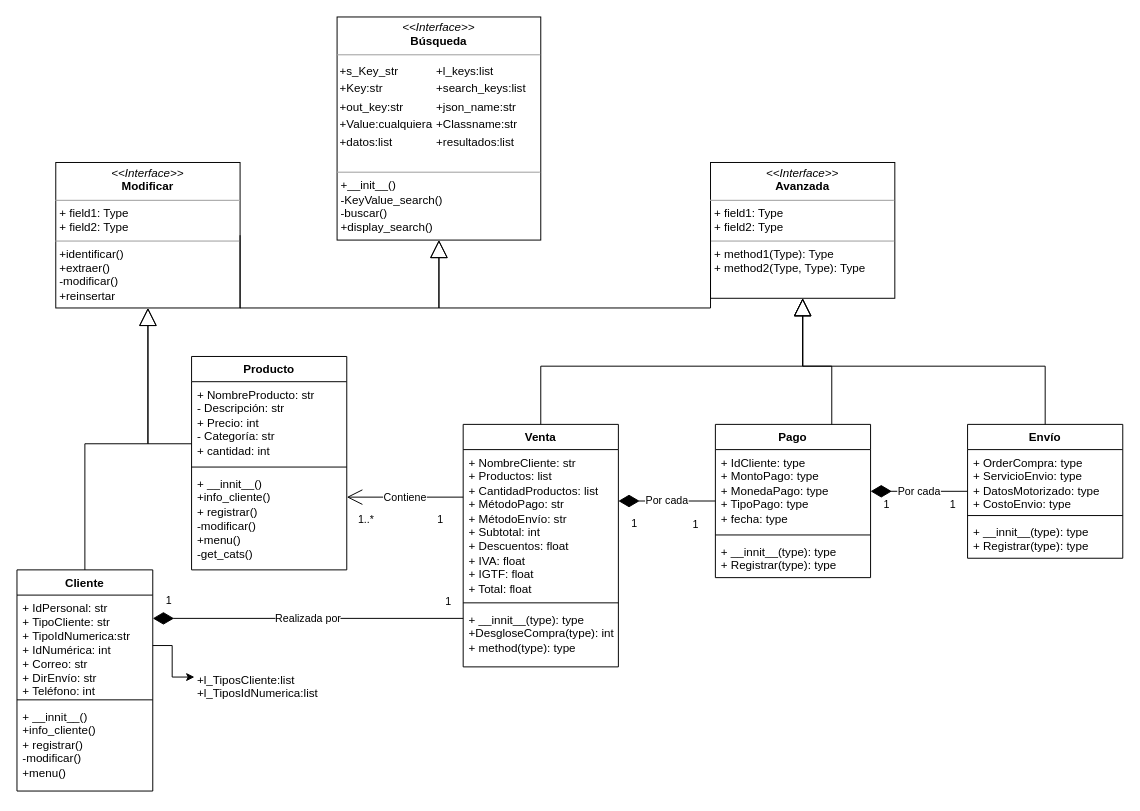
Earlier version of the draw.io diagram Proyecto/ProyectoAyP.drawio (Miguiiii/Clases-AyP). Source tidied: cells renumbered, new cells numbered last; positions are measured from the earlier drawing's top-left corner, leaving out a move shared by most shapes. Both pictures are drawn from the tidied source at 97%, with x=0, y=0 at pixel (16, 16).
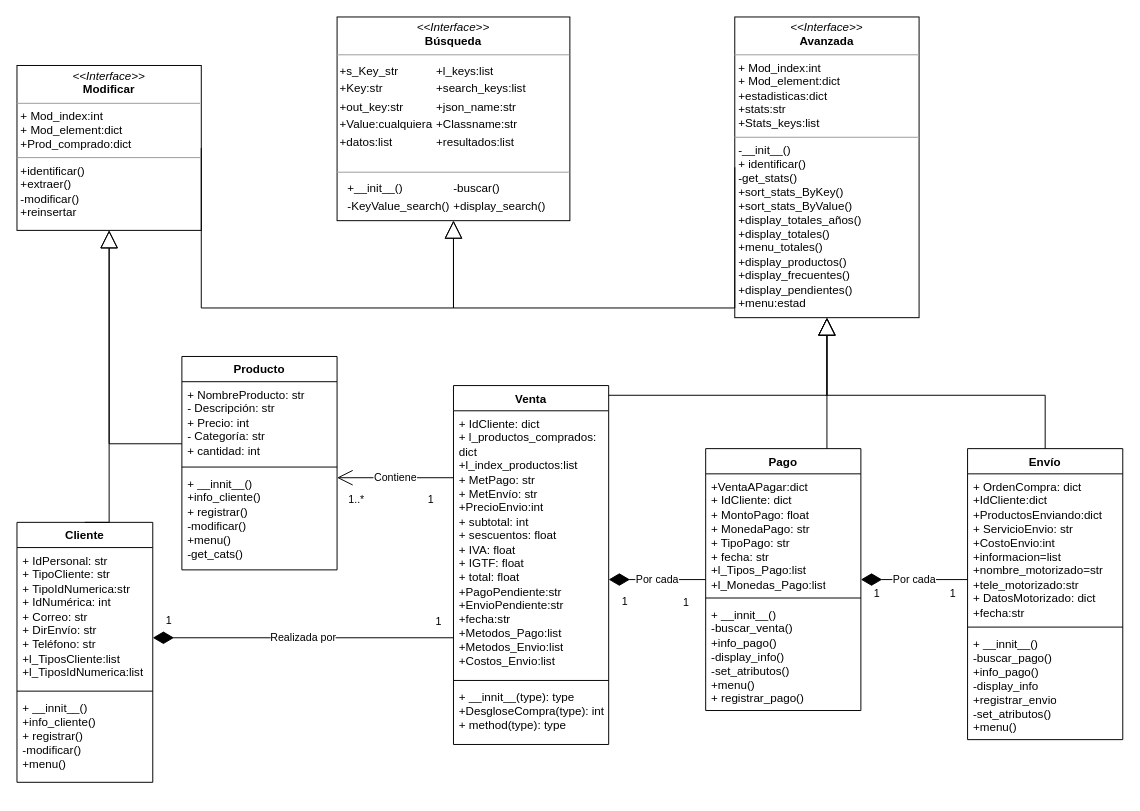
Above is the later version.

What changed in the source:
```diff
@@
     <mxCell id="2" value="Producto" style="swimlane;fontStyle=1;align=center;verticalAlign=top;horizontal=1;startSize=26;whiteSpace=wrap;html=1;rounded=0;" parent="1" vertex="1">
-      <mxGeometry x="180" y="350" width="160" height="220" as="geometry" />
+      <mxGeometry x="170" y="350" width="160" height="220" as="geometry" />
     </mxCell>
@@
     <mxCell id="6" value="Cliente" style="swimlane;fontStyle=1;align=center;verticalAlign=top;horizontal=1;startSize=26;whiteSpace=wrap;html=1;rounded=0;" parent="1" vertex="1">
-      <mxGeometry y="570" width="140" height="228" as="geometry" />
+      <mxGeometry y="521" width="140" height="268" as="geometry" />
     </mxCell>
-    <mxCell id="7" value="+ IdPersonal: str&lt;br&gt;+ TipoCliente: str&lt;br&gt;+ TipoIdNumerica:str&lt;br&gt;+ IdNumérica: int&lt;br&gt;+ Correo: str&lt;br&gt;+ DirEnvío: str&lt;br&gt;+ Teléfono: int" style="text;strokeColor=none;fillColor=none;align=left;verticalAlign=top;spacingLeft=4;spacingRight=4;overflow=hidden;points=[[0,0.5],[1,0.5]];portConstraint=eastwest;whiteSpace=wrap;html=1;rounded=0;" parent="6" vertex="1">
-      <mxGeometry y="26" width="140" height="104" as="geometry" />
+    <mxCell id="7" value="+ IdPersonal: str&lt;br&gt;+ TipoCliente: str&lt;br&gt;+ TipoIdNumerica:str&lt;br&gt;+ IdNumérica: int&lt;br&gt;+ Correo: str&lt;br&gt;+ DirEnvío: str&lt;br&gt;+ Teléfono: str&lt;br&gt;+l_TiposCliente:list&lt;br style=&quot;border-color: var(--border-color);&quot;&gt;+l_TiposIdNumerica:list" style="text;strokeColor=none;fillColor=none;align=left;verticalAlign=top;spacingLeft=4;spacingRight=4;overflow=hidden;points=[[0,0.5],[1,0.5]];portConstraint=eastwest;whiteSpace=wrap;html=1;rounded=0;" parent="6" vertex="1">
+      <mxGeometry y="26" width="140" height="144" as="geometry" />
     </mxCell>
     <mxCell id="8" style="line;strokeWidth=1;fillColor=none;align=left;verticalAlign=middle;spacingTop=-1;spacingLeft=3;spacingRight=3;labelPosition=right;strokeColor=inherit;rounded=0;" parent="6" vertex="1">
-      <mxGeometry y="130" width="140" height="8" as="geometry" />
+      <mxGeometry y="170" width="140" height="8" as="geometry" />
     </mxCell>
     <mxCell id="9" value="+ __innit__()&lt;br&gt;+info_cliente()&lt;br style=&quot;border-color: var(--border-color);&quot;&gt;+ registrar()&lt;br&gt;-modificar()&lt;br&gt;+menu()" style="text;strokeColor=none;fillColor=none;align=left;verticalAlign=top;spacingLeft=4;spacingRight=4;overflow=hidden;whiteSpace=wrap;html=1;rounded=0;" parent="6" vertex="1">
-      <mxGeometry y="138" width="140" height="90" as="geometry" />
+      <mxGeometry y="178" width="140" height="90" as="geometry" />
     </mxCell>
     <mxCell id="10" value="Venta" style="swimlane;fontStyle=1;align=center;verticalAlign=top;horizontal=1;startSize=26;whiteSpace=wrap;html=1;rounded=0;" parent="1" vertex="1">
-      <mxGeometry x="460" y="420" width="160" height="250" as="geometry" />
+      <mxGeometry x="450" y="380" width="160" height="370" as="geometry" />
     </mxCell>
-    <mxCell id="11" value="+ NombreCliente: str&lt;br&gt;+ Productos: list&lt;br&gt;+ CantidadProductos: list&lt;br&gt;+ MétodoPago: str&lt;br&gt;+ MétodoEnvío: str&lt;br&gt;+ Subtotal: int&lt;br&gt;+ Descuentos: float&lt;br&gt;+ IVA: float&lt;br&gt;+ IGTF: float&lt;br&gt;+ Total: float" style="text;strokeColor=none;fillColor=none;align=left;verticalAlign=top;spacingLeft=4;spacingRight=4;overflow=hidden;whiteSpace=wrap;html=1;rounded=0;" parent="10" vertex="1">
-      <mxGeometry y="26" width="160" height="154" as="geometry" />
+    <mxCell id="11" value="+ IdCliente: dict&lt;br&gt;+ l_productos_comprados: dict&lt;br&gt;+l_index_productos:list&lt;br&gt;+ MetPago: str&lt;br&gt;+ MetEnvío: str&lt;br&gt;+PrecioEnvio:int&lt;br&gt;+ subtotal: int&lt;br&gt;+ sescuentos: float&lt;br&gt;+ IVA: float&lt;br&gt;+ IGTF: float&lt;br&gt;+ total: float&lt;br&gt;+PagoPendiente:str&lt;br&gt;+EnvioPendiente:str&lt;br&gt;+fecha:str&lt;br&gt;+Metodos_Pago:list&lt;br&gt;+Metodos_Envio:list&lt;br&gt;+Costos_Envio:list&lt;br&gt;" style="text;strokeColor=none;fillColor=none;align=left;verticalAlign=top;spacingLeft=4;spacingRight=4;overflow=hidden;whiteSpace=wrap;html=1;rounded=0;" parent="10" vertex="1">
+      <mxGeometry y="26" width="160" height="274" as="geometry" />
     </mxCell>
     <mxCell id="12" style="line;strokeWidth=1;fillColor=none;align=left;verticalAlign=middle;spacingTop=-1;spacingLeft=3;spacingRight=3;labelPosition=right;strokeColor=inherit;rounded=0;" parent="10" vertex="1">
-      <mxGeometry y="180" width="160" height="8" as="geometry" />
+      <mxGeometry y="300" width="160" height="8" as="geometry" />
     </mxCell>
     <mxCell id="13" value="+ __innit__(type): type&lt;br style=&quot;border-color: var(--border-color);&quot;&gt;+DesgloseCompra(type): int&lt;br&gt;+ method(type): type" style="text;strokeColor=none;fillColor=none;align=left;verticalAlign=top;spacingLeft=4;spacingRight=4;overflow=hidden;whiteSpace=wrap;html=1;rounded=0;" parent="10" vertex="1">
-      <mxGeometry y="188" width="160" height="62" as="geometry" />
+      <mxGeometry y="308" width="160" height="62" as="geometry" />
     </mxCell>
     <mxCell id="14" value="Pago" style="swimlane;fontStyle=1;align=center;verticalAlign=top;horizontal=1;startSize=26;whiteSpace=wrap;html=1;rounded=0;" parent="1" vertex="1">
-      <mxGeometry x="720" y="420" width="160" height="158" as="geometry" />
+      <mxGeometry x="710" y="445" width="160" height="270" as="geometry" />
     </mxCell>
-    <mxCell id="15" value="+ IdCliente: type&lt;br&gt;+ MontoPago: type&lt;br&gt;+ MonedaPago: type&lt;br&gt;+ TipoPago: type&lt;br&gt;+ fecha: type" style="text;strokeColor=none;fillColor=none;align=left;verticalAlign=top;spacingLeft=4;spacingRight=4;overflow=hidden;whiteSpace=wrap;html=1;rounded=0;" parent="14" vertex="1">
-      <mxGeometry y="26" width="160" height="84" as="geometry" />
+    <mxCell id="15" value="+VentaAPagar:dict&lt;br&gt;+ IdCliente: dict&lt;br&gt;+ MontoPago: float&lt;br&gt;+ MonedaPago: str&lt;br&gt;+ TipoPago: str&lt;br&gt;+ fecha: str&lt;br&gt;+l_Tipos_Pago:list&lt;br&gt;+l_Monedas_Pago:list" style="text;strokeColor=none;fillColor=none;align=left;verticalAlign=top;spacingLeft=4;spacingRight=4;overflow=hidden;whiteSpace=wrap;html=1;rounded=0;" parent="14" vertex="1">
+      <mxGeometry y="26" width="160" height="124" as="geometry" />
     </mxCell>
     <mxCell id="16" style="line;strokeWidth=1;fillColor=none;align=left;verticalAlign=middle;spacingTop=-1;spacingLeft=3;spacingRight=3;labelPosition=right;strokeColor=inherit;rounded=0;" parent="14" vertex="1">
-      <mxGeometry y="110" width="160" height="8" as="geometry" />
+      <mxGeometry y="150" width="160" height="8" as="geometry" />
     </mxCell>
-    <mxCell id="17" value="+ __innit__(type): type&lt;br style=&quot;border-color: var(--border-color);&quot;&gt;+ Registrar(type): type" style="text;strokeColor=none;fillColor=none;align=left;verticalAlign=top;spacingLeft=4;spacingRight=4;overflow=hidden;whiteSpace=wrap;html=1;rounded=0;" parent="14" vertex="1">
-      <mxGeometry y="118" width="160" height="40" as="geometry" />
+    <mxCell id="17" value="+ __innit__()&lt;br&gt;-buscar_venta()&lt;br&gt;+info_pago()&lt;br&gt;-display_info()&lt;br&gt;-set_atributos()&lt;br&gt;+menu()&lt;br style=&quot;border-color: var(--border-color);&quot;&gt;+ registrar_pago()" style="text;strokeColor=none;fillColor=none;align=left;verticalAlign=top;spacingLeft=4;spacingRight=4;overflow=hidden;whiteSpace=wrap;html=1;rounded=0;" parent="14" vertex="1">
+      <mxGeometry y="158" width="160" height="112" as="geometry" />
     </mxCell>
     <mxCell id="18" value="Envío" style="swimlane;fontStyle=1;align=center;verticalAlign=top;horizontal=1;startSize=26;whiteSpace=wrap;html=1;rounded=0;" parent="1" vertex="1">
-      <mxGeometry x="980" y="420" width="160" height="138" as="geometry" />
+      <mxGeometry x="980" y="445" width="160" height="300" as="geometry" />
     </mxCell>
-    <mxCell id="19" value="+ OrderCompra: type&lt;br&gt;+ ServicioEnvio: type&lt;br&gt;+ DatosMotorizado: type&lt;br&gt;+ CostoEnvio: type" style="text;strokeColor=none;fillColor=none;align=left;verticalAlign=top;spacingLeft=4;spacingRight=4;overflow=hidden;whiteSpace=wrap;html=1;rounded=0;" parent="18" vertex="1">
-      <mxGeometry y="26" width="160" height="64" as="geometry" />
+    <mxCell id="19" value="+ OrdenCompra: dict&lt;br&gt;+IdCliente:dict&lt;br&gt;+ProductosEnviando:dict&lt;br&gt;+ ServicioEnvio: str&lt;br&gt;+CostoEnvio:int&lt;br&gt;+informacion=list&lt;br&gt;+nombre_motorizado=str&lt;br&gt;+tele_motorizado:str&lt;br&gt;+ DatosMotorizado: dict&lt;br&gt;+fecha:str&lt;br&gt;" style="text;strokeColor=none;fillColor=none;align=left;verticalAlign=top;spacingLeft=4;spacingRight=4;overflow=hidden;whiteSpace=wrap;html=1;rounded=0;" parent="18" vertex="1">
+      <mxGeometry y="26" width="160" height="154" as="geometry" />
     </mxCell>
     <mxCell id="20" style="line;strokeWidth=1;fillColor=none;align=left;verticalAlign=middle;spacingTop=-1;spacingLeft=3;spacingRight=3;labelPosition=right;strokeColor=inherit;rounded=0;" parent="18" vertex="1">
-      <mxGeometry y="90" width="160" height="8" as="geometry" />
+      <mxGeometry y="180" width="160" height="8" as="geometry" />
     </mxCell>
-    <mxCell id="21" value="+ __innit__(type): type&lt;br style=&quot;border-color: var(--border-color);&quot;&gt;+ Registrar(type): type" style="text;strokeColor=none;fillColor=none;align=left;verticalAlign=top;spacingLeft=4;spacingRight=4;overflow=hidden;whiteSpace=wrap;html=1;rounded=0;" parent="18" vertex="1">
-      <mxGeometry y="98" width="160" height="40" as="geometry" />
+    <mxCell id="21" value="+ __innit__()&lt;br style=&quot;border-color: var(--border-color);&quot;&gt;-buscar_pago()&lt;br&gt;+info_pago()&lt;br&gt;-display_info&lt;br&gt;+registrar_envio&lt;br&gt;-set_atributos()&lt;br&gt;+menu()" style="text;strokeColor=none;fillColor=none;align=left;verticalAlign=top;spacingLeft=4;spacingRight=4;overflow=hidden;whiteSpace=wrap;html=1;rounded=0;" parent="18" vertex="1">
+      <mxGeometry y="188" width="160" height="112" as="geometry" />
     </mxCell>
@@
     <mxCell id="25" value="Realizada por" style="endArrow=diamondThin;html=1;endSize=19;startArrow=none;startSize=14;startFill=0;rounded=0;endFill=1;edgeStyle=elbowEdgeStyle;elbow=vertical;" parent="1" edge="1" source="10" target="6">
-      <mxGeometry relative="1" as="geometry" />
+      <mxGeometry relative="1" as="geometry">
+        <Array as="points">
+          <mxPoint x="300" y="640" />
+        </Array>
+      </mxGeometry>
     </mxCell>
@@
-    <mxCell id="34" value="&lt;p style=&quot;margin:0px;margin-top:4px;text-align:center;&quot;&gt;&lt;i&gt;&amp;lt;&amp;lt;Interface&amp;gt;&amp;gt;&lt;/i&gt;&lt;br&gt;&lt;b&gt;Búsqueda&lt;/b&gt;&lt;/p&gt;&lt;hr size=&quot;1&quot;&gt;&lt;table style=&quot;background-color: initial;&quot;&gt;&lt;tbody&gt;&lt;tr&gt;&lt;td&gt;+s_Key_str&lt;br&gt;&lt;/td&gt;&lt;td&gt;+l_keys:list&lt;br&gt;&lt;/td&gt;&lt;/tr&gt;&lt;tr&gt;&lt;td&gt;+Key:str&lt;br&gt;&lt;/td&gt;&lt;td&gt;+search_keys:list&lt;br&gt;&lt;/td&gt;&lt;/tr&gt;&lt;tr&gt;&lt;td&gt;+out_key:str&lt;br&gt;&lt;/td&gt;&lt;td&gt;+json_name:str&lt;br&gt;&lt;/td&gt;&lt;/tr&gt;&lt;tr&gt;&lt;td&gt;+Value:cualquiera&lt;br&gt;&lt;/td&gt;&lt;td&gt;+Classname:str&lt;br&gt;&lt;/td&gt;&lt;/tr&gt;&lt;tr&gt;&lt;td&gt;+datos:list&lt;br&gt;&lt;/td&gt;&lt;td&gt;+resultados:list&lt;br&gt;&lt;/td&gt;&lt;/tr&gt;&lt;/tbody&gt;&lt;/table&gt;&lt;p style=&quot;margin:0px;margin-left:4px;&quot;&gt;&lt;br&gt;&lt;/p&gt;&lt;hr size=&quot;1&quot;&gt;&lt;p style=&quot;margin:0px;margin-left:4px;&quot;&gt;+__init__()&lt;/p&gt;&lt;p style=&quot;margin:0px;margin-left:4px;&quot;&gt;-KeyValue_search()&lt;/p&gt;&lt;p style=&quot;margin:0px;margin-left:4px;&quot;&gt;-buscar()&lt;/p&gt;&lt;p style=&quot;margin:0px;margin-left:4px;&quot;&gt;+display_search()&lt;/p&gt;" style="verticalAlign=top;align=left;overflow=fill;fontSize=12;fontFamily=Helvetica;html=1;whiteSpace=wrap;" parent="1" vertex="1">
-      <mxGeometry x="330" width="210" height="230" as="geometry" />
+    <mxCell id="34" value="&lt;p style=&quot;margin:0px;margin-top:4px;text-align:center;&quot;&gt;&lt;i&gt;&amp;lt;&amp;lt;Interface&amp;gt;&amp;gt;&lt;/i&gt;&lt;br&gt;&lt;b&gt;Búsqueda&lt;/b&gt;&lt;/p&gt;&lt;hr size=&quot;1&quot;&gt;&lt;table style=&quot;background-color: initial;&quot;&gt;&lt;tbody&gt;&lt;tr&gt;&lt;td&gt;+s_Key_str&lt;br&gt;&lt;/td&gt;&lt;td&gt;+l_keys:list&lt;br&gt;&lt;/td&gt;&lt;/tr&gt;&lt;tr&gt;&lt;td&gt;+Key:str&lt;br&gt;&lt;/td&gt;&lt;td&gt;+search_keys:list&lt;br&gt;&lt;/td&gt;&lt;/tr&gt;&lt;tr&gt;&lt;td&gt;+out_key:str&lt;br&gt;&lt;/td&gt;&lt;td&gt;+json_name:str&lt;br&gt;&lt;/td&gt;&lt;/tr&gt;&lt;tr&gt;&lt;td&gt;+Value:cualquiera&lt;br&gt;&lt;/td&gt;&lt;td&gt;+Classname:str&lt;br&gt;&lt;/td&gt;&lt;/tr&gt;&lt;tr&gt;&lt;td&gt;+datos:list&lt;br&gt;&lt;/td&gt;&lt;td&gt;+resultados:list&lt;br&gt;&lt;/td&gt;&lt;/tr&gt;&lt;/tbody&gt;&lt;/table&gt;&lt;p style=&quot;margin:0px;margin-left:4px;&quot;&gt;&lt;br&gt;&lt;/p&gt;&lt;hr size=&quot;1&quot;&gt;&lt;table style=&quot;background-color: initial;&quot;&gt;&lt;tbody&gt;&lt;tr&gt;&lt;td&gt;&lt;br&gt;&lt;/td&gt;&lt;td&gt;&lt;br&gt;&lt;/td&gt;&lt;td&gt;+__init__()&lt;br&gt;&lt;/td&gt;&lt;td&gt;-buscar()&lt;br&gt;&lt;/td&gt;&lt;/tr&gt;&lt;tr&gt;&lt;td&gt;&lt;br&gt;&lt;/td&gt;&lt;td&gt;&lt;br&gt;&lt;/td&gt;&lt;td&gt;-KeyValue_search()&lt;br&gt;&lt;/td&gt;&lt;td&gt;+display_search()&lt;br&gt;&lt;/td&gt;&lt;/tr&gt;&lt;/tbody&gt;&lt;/table&gt;&lt;p style=&quot;margin:0px;margin-left:4px;&quot;&gt;&lt;br&gt;&lt;/p&gt;" style="verticalAlign=top;align=left;overflow=fill;fontSize=12;fontFamily=Helvetica;html=1;whiteSpace=wrap;" parent="1" vertex="1">
+      <mxGeometry x="330" width="240" height="210" as="geometry" />
     </mxCell>
-    <mxCell id="35" value="&lt;p style=&quot;margin:0px;margin-top:4px;text-align:center;&quot;&gt;&lt;i&gt;&amp;lt;&amp;lt;Interface&amp;gt;&amp;gt;&lt;/i&gt;&lt;br&gt;&lt;b&gt;Modificar&lt;/b&gt;&lt;/p&gt;&lt;hr size=&quot;1&quot;&gt;&lt;p style=&quot;margin:0px;margin-left:4px;&quot;&gt;+ field1: Type&lt;br&gt;+ field2: Type&lt;/p&gt;&lt;hr size=&quot;1&quot;&gt;&lt;p style=&quot;margin:0px;margin-left:4px;&quot;&gt;+identificar()&lt;/p&gt;&lt;p style=&quot;margin:0px;margin-left:4px;&quot;&gt;+extraer()&lt;/p&gt;&lt;p style=&quot;margin:0px;margin-left:4px;&quot;&gt;-modificar()&lt;/p&gt;&lt;p style=&quot;margin:0px;margin-left:4px;&quot;&gt;+reinsertar&lt;/p&gt;" style="verticalAlign=top;align=left;overflow=fill;fontSize=12;fontFamily=Helvetica;html=1;whiteSpace=wrap;" parent="1" vertex="1">
-      <mxGeometry x="40" y="150" width="190" height="150" as="geometry" />
+    <mxCell id="35" value="&lt;p style=&quot;margin:0px;margin-top:4px;text-align:center;&quot;&gt;&lt;i&gt;&amp;lt;&amp;lt;Interface&amp;gt;&amp;gt;&lt;/i&gt;&lt;br&gt;&lt;b&gt;Modificar&lt;/b&gt;&lt;/p&gt;&lt;hr size=&quot;1&quot;&gt;&lt;p style=&quot;margin:0px;margin-left:4px;&quot;&gt;+ Mod_index:int&lt;br&gt;+ Mod_element:dict&lt;/p&gt;&lt;p style=&quot;margin:0px;margin-left:4px;&quot;&gt;+Prod_comprado:dict&lt;/p&gt;&lt;hr size=&quot;1&quot;&gt;&lt;p style=&quot;margin:0px;margin-left:4px;&quot;&gt;+identificar()&lt;/p&gt;&lt;p style=&quot;margin:0px;margin-left:4px;&quot;&gt;+extraer()&lt;/p&gt;&lt;p style=&quot;margin:0px;margin-left:4px;&quot;&gt;-modificar()&lt;/p&gt;&lt;p style=&quot;margin:0px;margin-left:4px;&quot;&gt;+reinsertar&lt;/p&gt;" style="verticalAlign=top;align=left;overflow=fill;fontSize=12;fontFamily=Helvetica;html=1;whiteSpace=wrap;" parent="1" vertex="1">
+      <mxGeometry y="50" width="190" height="170" as="geometry" />
     </mxCell>
-    <mxCell id="36" value="&lt;p style=&quot;margin:0px;margin-top:4px;text-align:center;&quot;&gt;&lt;i&gt;&amp;lt;&amp;lt;Interface&amp;gt;&amp;gt;&lt;/i&gt;&lt;br&gt;&lt;b&gt;Avanzada&lt;/b&gt;&lt;/p&gt;&lt;hr size=&quot;1&quot;&gt;&lt;p style=&quot;margin:0px;margin-left:4px;&quot;&gt;+ field1: Type&lt;br&gt;+ field2: Type&lt;/p&gt;&lt;hr size=&quot;1&quot;&gt;&lt;p style=&quot;margin:0px;margin-left:4px;&quot;&gt;+ method1(Type): Type&lt;br&gt;+ method2(Type, Type): Type&lt;/p&gt;" style="verticalAlign=top;align=left;overflow=fill;fontSize=12;fontFamily=Helvetica;html=1;whiteSpace=wrap;" parent="1" vertex="1">
-      <mxGeometry x="715" y="150" width="190" height="140" as="geometry" />
+    <mxCell id="36" value="&lt;p style=&quot;margin:0px;margin-top:4px;text-align:center;&quot;&gt;&lt;i&gt;&amp;lt;&amp;lt;Interface&amp;gt;&amp;gt;&lt;/i&gt;&lt;br&gt;&lt;b&gt;Avanzada&lt;/b&gt;&lt;/p&gt;&lt;hr size=&quot;1&quot;&gt;&lt;p style=&quot;margin:0px;margin-left:4px;&quot;&gt;+ Mod_index:int&lt;br&gt;+ Mod_element:dict&lt;/p&gt;&lt;p style=&quot;margin:0px;margin-left:4px;&quot;&gt;+estadisticas:dict&lt;/p&gt;&lt;p style=&quot;margin:0px;margin-left:4px;&quot;&gt;+stats:str&lt;/p&gt;&lt;p style=&quot;margin:0px;margin-left:4px;&quot;&gt;+Stats_keys:list&lt;/p&gt;&lt;hr size=&quot;1&quot;&gt;&lt;p style=&quot;margin:0px;margin-left:4px;&quot;&gt;-__init__()&lt;/p&gt;&lt;p style=&quot;margin:0px;margin-left:4px;&quot;&gt;+ identificar()&lt;br&gt;-get_stats()&lt;/p&gt;&lt;p style=&quot;margin:0px;margin-left:4px;&quot;&gt;+sort_stats_ByKey()&lt;/p&gt;&lt;p style=&quot;margin:0px;margin-left:4px;&quot;&gt;+sort_stats_ByValue()&lt;/p&gt;&lt;p style=&quot;margin:0px;margin-left:4px;&quot;&gt;+display_totales_años()&lt;/p&gt;&lt;p style=&quot;margin:0px;margin-left:4px;&quot;&gt;+display_totales()&lt;/p&gt;&lt;p style=&quot;margin:0px;margin-left:4px;&quot;&gt;+menu_totales()&lt;/p&gt;&lt;p style=&quot;margin:0px;margin-left:4px;&quot;&gt;+display_productos()&lt;/p&gt;&lt;p style=&quot;margin:0px;margin-left:4px;&quot;&gt;+display_frecuentes()&lt;/p&gt;&lt;p style=&quot;margin:0px;margin-left:4px;&quot;&gt;+display_pendientes()&lt;/p&gt;&lt;p style=&quot;margin:0px;margin-left:4px;&quot;&gt;+menu:estad&lt;/p&gt;" style="verticalAlign=top;align=left;overflow=fill;fontSize=12;fontFamily=Helvetica;html=1;whiteSpace=wrap;" parent="1" vertex="1">
+      <mxGeometry x="740" width="190" height="310" as="geometry" />
     </mxCell>
@@
-    <mxCell id="39" style="endArrow=block;endSize=16;endFill=0;html=1;rounded=0;targetPerimeterSpacing=0;sourcePerimeterSpacing=0;startSize=6;strokeColor=default;shadow=0;entryX=0.5;entryY=1;entryDx=0;entryDy=0;exitX=0.5;exitY=0;exitDx=0;exitDy=0;edgeStyle=elbowEdgeStyle;elbow=vertical;" parent="1" edge="1" source="10" target="36">
+    <mxCell id="39" style="endArrow=block;endSize=16;endFill=0;html=1;rounded=0;targetPerimeterSpacing=0;sourcePerimeterSpacing=0;startSize=6;strokeColor=default;shadow=0;entryX=0.5;entryY=1;entryDx=0;entryDy=0;edgeStyle=elbowEdgeStyle;" parent="1" edge="1" source="10" target="36">
       <mxGeometry relative="1" as="geometry">
         <Array as="points">
-          <mxPoint x="810" y="360" />
+          <mxPoint x="835" y="390" />
         </Array>
       </mxGeometry>
     </mxCell>
     <mxCell id="40" style="endArrow=block;endSize=16;endFill=0;html=1;rounded=0;targetPerimeterSpacing=0;sourcePerimeterSpacing=0;startSize=6;strokeColor=default;shadow=0;entryX=0.5;entryY=1;entryDx=0;entryDy=0;edgeStyle=elbowEdgeStyle;elbow=vertical;" parent="1" edge="1" source="14" target="36">
       <mxGeometry relative="1" as="geometry">
         <Array as="points">
-          <mxPoint x="840" y="360" />
+          <mxPoint x="835" y="330" />
         </Array>
       </mxGeometry>
     </mxCell>
     <mxCell id="41" style="endArrow=block;endSize=16;endFill=0;html=1;rounded=0;targetPerimeterSpacing=0;sourcePerimeterSpacing=0;startSize=6;strokeColor=default;shadow=0;entryX=0.5;entryY=1;entryDx=0;entryDy=0;edgeStyle=elbowEdgeStyle;elbow=vertical;" parent="1" edge="1" source="18" target="36">
       <mxGeometry relative="1" as="geometry">
         <Array as="points">
-          <mxPoint x="810" y="360" />
+          <mxPoint x="835" y="390" />
         </Array>
       </mxGeometry>
     </mxCell>
-    <mxCell id="42" style="endArrow=block;endSize=16;endFill=0;html=1;rounded=0;targetPerimeterSpacing=0;sourcePerimeterSpacing=0;startSize=6;strokeColor=default;shadow=0;elbow=vertical;entryX=0.5;entryY=1;entryDx=0;entryDy=0;exitX=0.5;exitY=0;exitDx=0;exitDy=0;edgeStyle=elbowEdgeStyle;" parent="1" edge="1" source="6" target="35">
+    <mxCell id="42" style="endArrow=block;endSize=16;endFill=0;html=1;rounded=0;targetPerimeterSpacing=0;sourcePerimeterSpacing=0;startSize=6;strokeColor=default;shadow=0;entryX=0.5;entryY=1;entryDx=0;entryDy=0;exitX=0.5;exitY=0;exitDx=0;exitDy=0;edgeStyle=elbowEdgeStyle;" parent="1" edge="1" source="6" target="35">
       <mxGeometry relative="1" as="geometry">
         <Array as="points">
-          <mxPoint x="130" y="440" />
+          <mxPoint x="95" y="410" />
         </Array>
       </mxGeometry>
     </mxCell>
     <mxCell id="43" style="endArrow=block;endSize=16;endFill=0;html=1;rounded=0;targetPerimeterSpacing=0;sourcePerimeterSpacing=0;startSize=6;strokeColor=default;shadow=0;elbow=vertical;entryX=0.5;entryY=1;entryDx=0;entryDy=0;edgeStyle=elbowEdgeStyle;" parent="1" edge="1" source="2" target="35">
       <mxGeometry relative="1" as="geometry">
         <Array as="points">
-          <mxPoint x="90" y="440" />
+          <mxPoint x="80" y="440" />
         </Array>
       </mxGeometry>
     </mxCell>
-    <mxCell id="44" value="+l_TiposCliente:list&lt;br&gt;+l_TiposIdNumerica:list&lt;br&gt;" style="text;strokeColor=none;fillColor=none;align=left;verticalAlign=top;spacingLeft=4;spacingRight=4;overflow=hidden;points=[[0,0.5],[1,0.5]];portConstraint=eastwest;whiteSpace=wrap;html=1;rounded=0;" parent="1" vertex="1">
-      <mxGeometry x="180" y="670" width="140" height="50" as="geometry" />
-    </mxCell>
-    <mxCell id="45" style="edgeStyle=orthogonalEdgeStyle;rounded=0;jettySize=auto;html=1;entryX=0.021;entryY=0.21;entryDx=0;entryDy=0;entryPerimeter=0;" parent="1" edge="1" source="7" target="44">
-      <mxGeometry relative="1" as="geometry" />
-    </mxCell>
```
